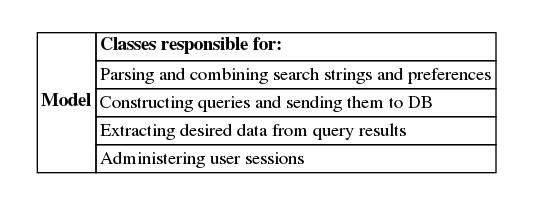
Above: docs/graphviz/architecture1.png in pnoom/bc-search (Graphviz), before the change. Its source is kept beside it as docs/graphviz/architecture1.gv. Source of this version:
```dot

digraph mvc {
  compound = true;
  node [shape=box];

  subgraph cluster0 {
    color = white;
    node [shape=plaintext];
    backend [
      label=<
      <table border="0" cellborder="1" cellspacing="0">
	<tr><td rowspan="1"><b>View</b></td><td align="left" port="1">Web pages</td></tr>
      </table>
      >];
  }

  subgraph cluster1 {
    color = white;
    node [shape=plaintext];
    backend [
      label=<
      <table border="0" cellborder="1" cellspacing="0">
	<tr><td rowspan="1"><b>Controller</b></td><td align="left" port="1">Servlets corresponding to web pages</td></tr>
      </table>
      >];
  }

  subgraph cluster2 {
    color = white;
    node [shape=plaintext];
    backend [
      label=<
      <table border="0" cellborder="1" cellspacing="0">
	<tr><td rowspan="5"><b>Model</b></td><td align="left"><b>Classes responsible for:</b></td></tr>
        <tr><td align="left" port="1">Parsing and combining search strings and preferences</td></tr>
	<tr><td align="left" port="2">Constructing queries and sending them to DB</td></tr>
	<tr><td align="left" port="3">Extracting desired data from query results</td></tr>
	<tr><td align="left" port="4">Administering user sessions</td></tr>
      </table>
      >];
  }
}
```
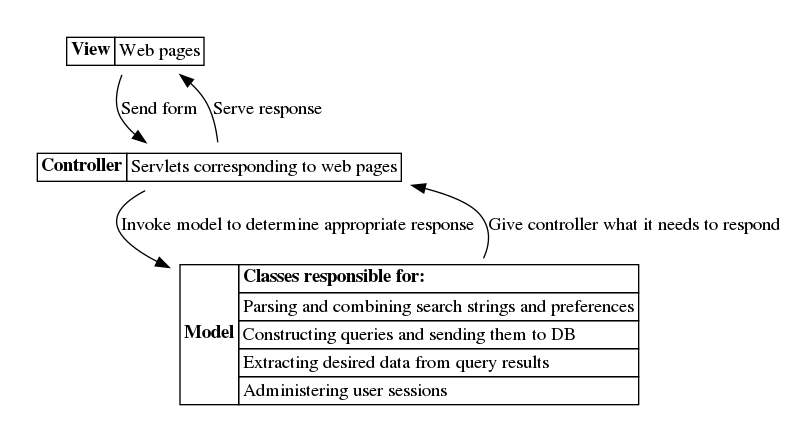
The same file after the commit.

The edit, as a diff of the source:
```diff
@@ -6,7 +6,7 @@
   subgraph cluster0 {
     color = white;
     node [shape=plaintext];
-    backend [
+    view [
       label=<
       <table border="0" cellborder="1" cellspacing="0">
 	<tr><td rowspan="1"><b>View</b></td><td align="left" port="1">Web pages</td></tr>
@@ -17,7 +17,7 @@
   subgraph cluster1 {
     color = white;
     node [shape=plaintext];
-    backend [
+    controller [
       label=<
       <table border="0" cellborder="1" cellspacing="0">
 	<tr><td rowspan="1"><b>Controller</b></td><td align="left" port="1">Servlets corresponding to web pages</td></tr>
@@ -28,7 +28,7 @@
   subgraph cluster2 {
     color = white;
     node [shape=plaintext];
-    backend [
+    model [
       label=<
       <table border="0" cellborder="1" cellspacing="0">
 	<tr><td rowspan="5"><b>Model</b></td><td align="left"><b>Classes responsible for:</b></td></tr>
@@ -39,4 +39,8 @@
       </table>
       >];
   }
+  view -> controller [label="Send form "];
+  controller -> view [label="Serve response "];
+  controller -> model [label="Invoke model to determine appropriate response "];
+  model -> controller [label="Give controller what it needs to respond "];
 }
```
